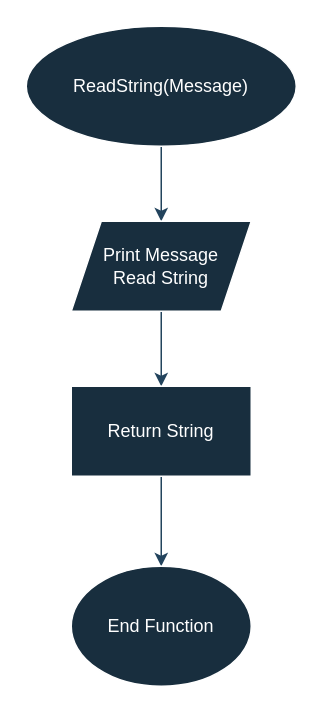
Above: page "Page-2" (2 of 2) of 01_Level/02_ReadAndPrintFullName/Source/FlowChart.drawio in Ahmad-shehada/Problem-Solving (draw.io), before the change. Source tidied: cells renumbered, new cells numbered last; positions are measured from the earlier drawing's top-left corner, leaving out a move shared by most shapes. Both pictures are drawn from the tidied source at 150%, with x=0, y=0 at pixel (26, 26).
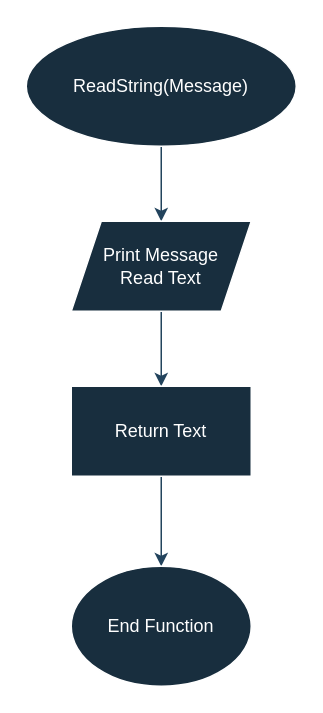
The same page after the edit.

Diff of the diagram source:
```diff
@@
 <mxGraphModel>
   <root>
     <mxCell id="0" />
     <mxCell id="1" parent="0" />
     <mxCell id="2" style="edgeStyle=orthogonalEdgeStyle;rounded=0;jettySize=auto;html=1;strokeColor=#23445D;" parent="1" edge="1" source="3" target="5">
       <mxGeometry relative="1" as="geometry" />
     </mxCell>
     <mxCell id="3" value="ReadString(Message)" style="ellipse;whiteSpace=wrap;html=1;strokeColor=#FFFFFF;fontColor=#FFFFFF;fillColor=#182E3E;" parent="1" vertex="1">
       <mxGeometry width="180" height="80" as="geometry" />
     </mxCell>
     <mxCell id="4" style="edgeStyle=orthogonalEdgeStyle;rounded=0;jettySize=auto;html=1;strokeColor=#23445D;" parent="1" edge="1" source="5" target="7">
       <mxGeometry relative="1" as="geometry" />
     </mxCell>
-    <mxCell id="5" value="Print Message&lt;div&gt;Read String&lt;/div&gt;" style="shape=parallelogram;perimeter=parallelogramPerimeter;whiteSpace=wrap;html=1;fixedSize=1;fillColor=#182E3E;strokeColor=#FFFFFF;fontColor=#FFFFFF;" parent="1" vertex="1">
+    <mxCell id="5" value="Print Message&lt;div&gt;Read Text&lt;/div&gt;" style="shape=parallelogram;perimeter=parallelogramPerimeter;whiteSpace=wrap;html=1;fixedSize=1;fillColor=#182E3E;strokeColor=#FFFFFF;fontColor=#FFFFFF;" parent="1" vertex="1">
       <mxGeometry x="30" y="130" width="120" height="60" as="geometry" />
     </mxCell>
     <mxCell id="6" style="edgeStyle=orthogonalEdgeStyle;rounded=0;jettySize=auto;html=1;strokeColor=#23445D;" parent="1" edge="1" source="7" target="8">
       <mxGeometry relative="1" as="geometry" />
     </mxCell>
-    <mxCell id="7" value="Return String" style="whiteSpace=wrap;html=1;fillColor=#182E3E;strokeColor=#FFFFFF;fontColor=#FFFFFF;" parent="1" vertex="1">
+    <mxCell id="7" value="Return Text" style="whiteSpace=wrap;html=1;fillColor=#182E3E;strokeColor=#FFFFFF;fontColor=#FFFFFF;" parent="1" vertex="1">
       <mxGeometry x="30" y="240" width="120" height="60" as="geometry" />
     </mxCell>
     <mxCell id="8" value="End Function" style="ellipse;whiteSpace=wrap;html=1;strokeColor=#FFFFFF;fontColor=#FFFFFF;fillColor=#182E3E;" parent="1" vertex="1">
       <mxGeometry x="30" y="360" width="120" height="80" as="geometry" />
     </mxCell>
   </root>
 </mxGraphModel>
```
